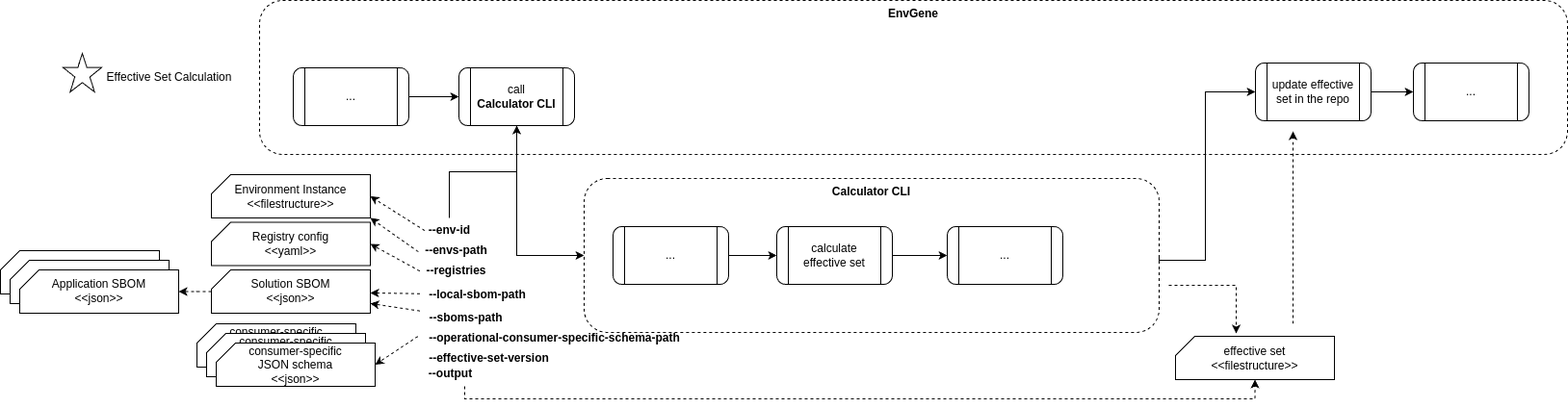
Above: docs/images/effective-set-calculation.png in popoveugene/qubership-envgene (draw.io), before the change. Source tidied: cells renumbered, new cells last; positions are measured from the earlier drawing's top-left corner, leaving out a move shared by most shapes.
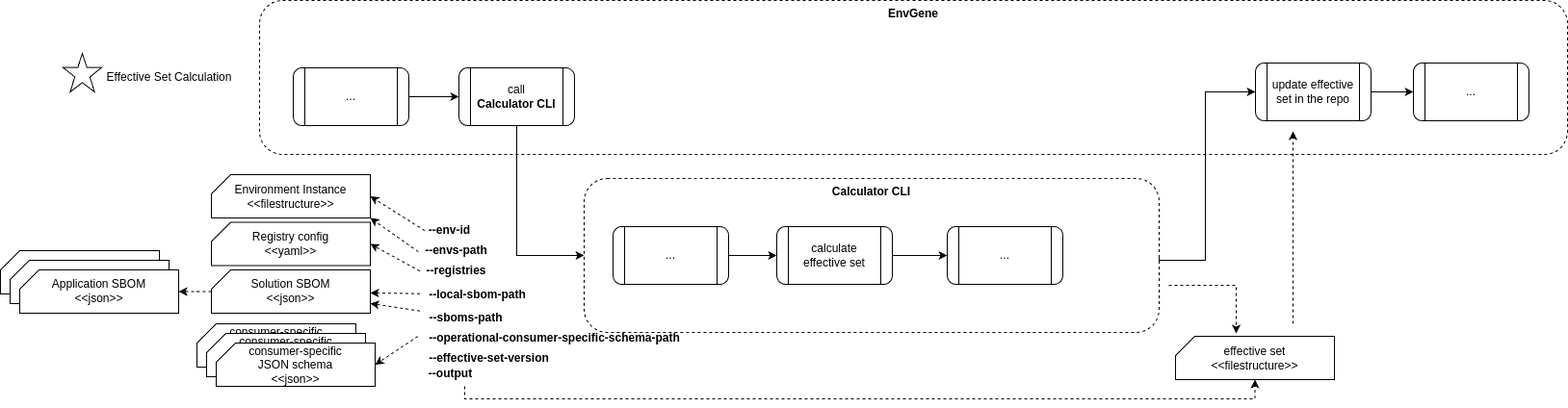
After the change.

The edit, as a diff of the source:
```diff
@@ -56,9 +56,6 @@
     <mxCell id="17" style="rounded=0;jettySize=auto;html=1;dashed=1;exitX=0.081;exitY=0.506;exitDx=0;exitDy=0;exitPerimeter=0;entryX=1;entryY=0.5;entryDx=0;entryDy=0;entryPerimeter=0;" parent="1" edge="1" source="19" target="25">
       <mxGeometry relative="1" as="geometry" />
     </mxCell>
-    <mxCell id="18" style="edgeStyle=orthogonalEdgeStyle;rounded=0;jettySize=auto;html=1;" parent="1" edge="1" source="19" target="9">
-      <mxGeometry relative="1" as="geometry" />
-    </mxCell>
     <mxCell id="19" value="&lt;b&gt;--env-id&lt;/b&gt;" style="text;html=1;align=center;verticalAlign=middle;points=[];strokeColor=none;fillColor=none;" parent="1" vertex="1">
       <mxGeometry x="435.5" y="226" width="61" height="26" as="geometry" />
     </mxCell>
```
